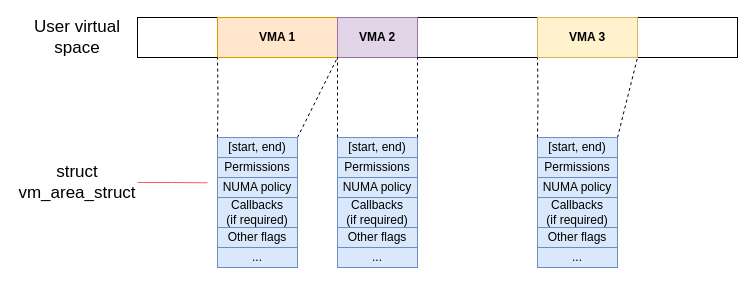
GadeevDmitry/Bachelor-diploma keeps this draw.io diagram as images/vma.drawio. Above is the earlier version. Source tidied: cells renumbered, new cells numbered last; positions are measured from the earlier drawing's top-left corner, leaving out a move shared by most shapes. Both pictures are drawn from the tidied source at 100%, with x=0, y=0 at pixel (17, 17).
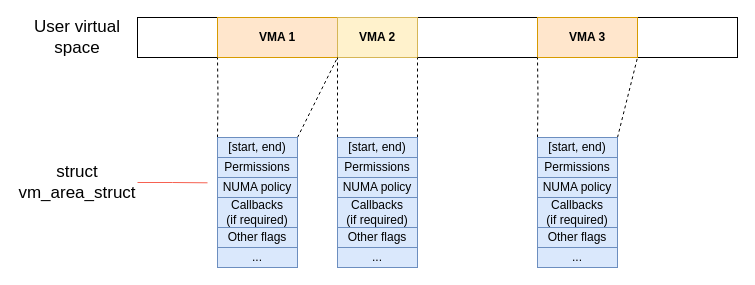
The same page after the edit.

Diff of the diagram source:
```diff
@@
-    <mxCell id="4" value="&lt;b&gt;VMA 2&lt;/b&gt;" style="rounded=0;whiteSpace=wrap;html=1;fillColor=#e1d5e7;strokeColor=#9673a6;" parent="1" vertex="1">
+    <mxCell id="4" value="&lt;b&gt;VMA 2&lt;/b&gt;" style="rounded=0;whiteSpace=wrap;html=1;fillColor=#fff2cc;strokeColor=#d6b656;" parent="1" vertex="1">
       <mxGeometry x="320" width="80" height="40" as="geometry" />
     </mxCell>
-    <mxCell id="5" value="&lt;b&gt;VMA 3&lt;/b&gt;" style="rounded=0;whiteSpace=wrap;html=1;fillColor=#fff2cc;strokeColor=#d6b656;" parent="1" vertex="1">
+    <mxCell id="5" value="&lt;b&gt;VMA 3&lt;/b&gt;" style="rounded=0;whiteSpace=wrap;html=1;fillColor=#ffe6cc;strokeColor=#d79b00;" parent="1" vertex="1">
       <mxGeometry x="520" width="100" height="40" as="geometry" />
     </mxCell>
```
